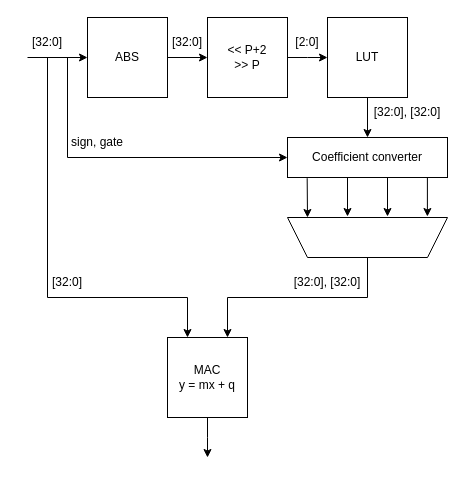
Before: slides/images/ACTU_new.drawio in AlessandroVaraldi/LSTM_ACCELERATOR, a draw.io diagram. Source tidied: cells renumbered, new cells numbered last; positions are measured from the earlier drawing's top-left corner, leaving out a move shared by most shapes. Both pictures are drawn from the tidied source at 100%, with x=0, y=0 at pixel (17, 17).
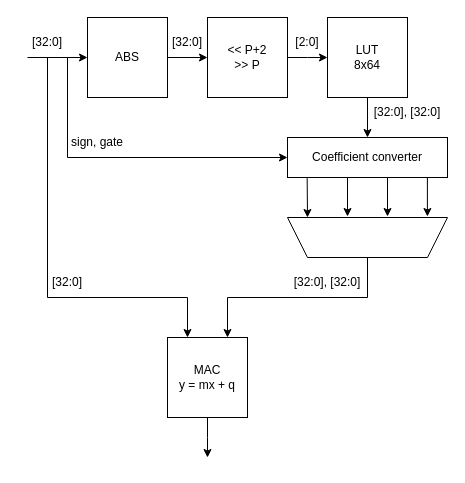
The same diagram, later.

The edit, as a diff of the source:
```diff
@@
-    <mxCell id="11" value="&lt;div&gt;LUT&lt;/div&gt;" style="whiteSpace=wrap;html=1;" parent="1" vertex="1">
+    <mxCell id="11" value="&lt;div&gt;LUT&lt;/div&gt;&lt;div&gt;8x64&lt;br&gt;&lt;/div&gt;" style="whiteSpace=wrap;html=1;" parent="1" vertex="1">
       <mxGeometry x="310" width="80" height="80" as="geometry" />
     </mxCell>
```
